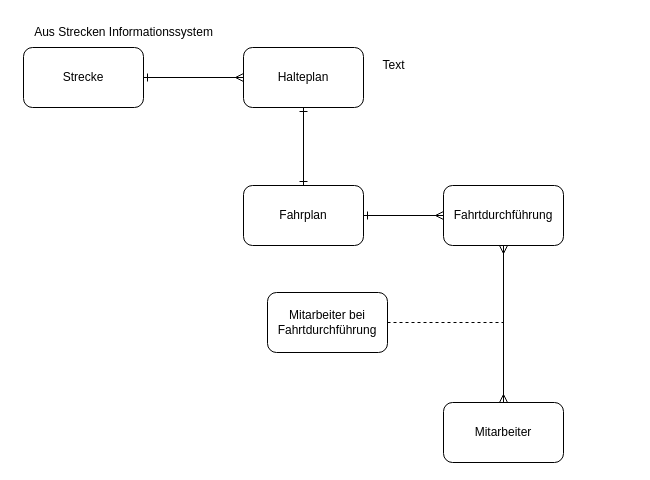
This is Fahrplan_IS/Modelle/Fahrplan_ERD.drawio from felixKroni/dke_praktikum_SS2024, a draw.io file, before an edit. Source tidied: cells renumbered, new cells numbered last; positions are measured from the earlier drawing's top-left corner, leaving out a move shared by most shapes. Both pictures are drawn from the tidied source at 100%, with x=0, y=0 at pixel (17, 17).
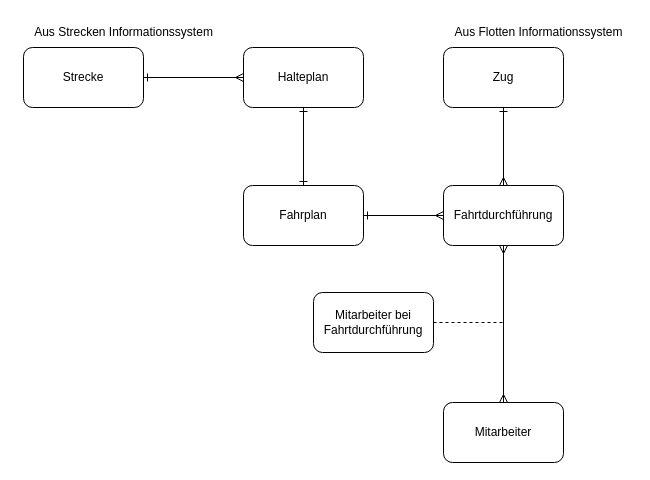
After the change.

Diff of the diagram source:
```diff
@@
 <mxGraphModel>
   <root>
     <mxCell id="0" />
     <mxCell id="1" parent="0" />
     <mxCell id="2" style="edgeStyle=orthogonalEdgeStyle;rounded=0;jettySize=auto;html=1;entryX=0;entryY=0.5;entryDx=0;entryDy=0;endArrow=ERmany;endFill=0;startArrow=ERone;startFill=0;" parent="1" edge="1" source="3" target="7">
       <mxGeometry relative="1" as="geometry" />
     </mxCell>
     <mxCell id="3" value="Fahrplan" style="rounded=1;whiteSpace=wrap;html=1;" parent="1" vertex="1">
       <mxGeometry x="226" y="168" width="120" height="60" as="geometry" />
     </mxCell>
     <mxCell id="4" style="edgeStyle=orthogonalEdgeStyle;rounded=0;jettySize=auto;html=1;endArrow=ERone;endFill=0;startArrow=ERone;startFill=0;" parent="1" edge="1" source="5" target="3">
       <mxGeometry relative="1" as="geometry" />
     </mxCell>
     <mxCell id="5" value="Halteplan" style="rounded=1;whiteSpace=wrap;html=1;" parent="1" vertex="1">
       <mxGeometry x="226" y="30" width="120" height="60" as="geometry" />
     </mxCell>
     <mxCell id="6" style="edgeStyle=orthogonalEdgeStyle;rounded=0;jettySize=auto;html=1;entryX=0.5;entryY=0;entryDx=0;entryDy=0;endArrow=ERmany;endFill=0;startArrow=ERmany;startFill=0;" parent="1" edge="1" source="7" target="13">
       <mxGeometry relative="1" as="geometry" />
     </mxCell>
+    <mxCell id="16" style="edgeStyle=orthogonalEdgeStyle;rounded=0;jettySize=auto;html=1;entryX=0.5;entryY=1;entryDx=0;entryDy=0;endArrow=ERone;endFill=0;startArrow=ERmany;startFill=0;" parent="1" edge="1" source="7" target="17">
+      <mxGeometry relative="1" as="geometry" />
+    </mxCell>
     <mxCell id="7" value="Fahrtdurchführung" style="rounded=1;whiteSpace=wrap;html=1;" parent="1" vertex="1">
       <mxGeometry x="426" y="168" width="120" height="60" as="geometry" />
     </mxCell>
     <mxCell id="8" style="group;" parent="1" vertex="1">
       <mxGeometry width="250" height="90" as="geometry" />
     </mxCell>
     <mxCell id="9" value="Strecke" style="rounded=1;whiteSpace=wrap;html=1;" parent="8" vertex="1">
       <mxGeometry x="6" y="30" width="120" height="60" as="geometry" />
     </mxCell>
     <mxCell id="10" value="Aus Strecken Informationssystem" style="text;html=1;align=center;verticalAlign=middle;strokeColor=none;fillColor=none;" parent="8" vertex="1">
       <mxGeometry x="6" width="200" height="30" as="geometry" />
     </mxCell>
     <mxCell id="11" style="edgeStyle=orthogonalEdgeStyle;rounded=0;jettySize=auto;html=1;entryX=0;entryY=0.5;entryDx=0;entryDy=0;endArrow=ERmany;endFill=0;startArrow=ERone;startFill=0;" parent="1" edge="1" source="9" target="5">
       <mxGeometry relative="1" as="geometry" />
     </mxCell>
-    <mxCell id="12" value="Text" style="text;html=1;align=center;verticalAlign=middle;strokeColor=none;fillColor=none;" parent="1" vertex="1">
-      <mxGeometry x="351" y="33" width="50" height="30" as="geometry" />
-    </mxCell>
     <mxCell id="13" value="Mitarbeiter" style="rounded=1;whiteSpace=wrap;html=1;" parent="1" vertex="1">
       <mxGeometry x="426" y="385" width="120" height="60" as="geometry" />
     </mxCell>
     <mxCell id="14" style="edgeStyle=orthogonalEdgeStyle;rounded=0;jettySize=auto;html=1;exitX=1;exitY=0.5;exitDx=0;exitDy=0;endArrow=none;endFill=0;dashed=1;" parent="1" edge="1" source="15">
       <mxGeometry relative="1" as="geometry">
         <mxPoint x="486" y="305" as="targetPoint" />
       </mxGeometry>
     </mxCell>
     <mxCell id="15" value="Mitarbeiter bei Fahrtdurchführung" style="rounded=1;whiteSpace=wrap;html=1;" parent="1" vertex="1">
-      <mxGeometry x="250" y="275" width="120" height="60" as="geometry" />
+      <mxGeometry x="296" y="275" width="120" height="60" as="geometry" />
     </mxCell>
+    <mxCell id="17" value="Zug" style="rounded=1;whiteSpace=wrap;html=1;" parent="1" vertex="1">
+      <mxGeometry x="426" y="30" width="120" height="60" as="geometry" />
+    </mxCell>
+    <mxCell id="18" value="Aus Flotten Informationssystem" style="text;html=1;align=center;verticalAlign=middle;strokeColor=none;fillColor=none;" parent="1" vertex="1">
+      <mxGeometry x="426" width="190" height="30" as="geometry" />
+    </mxCell>
   </root>
 </mxGraphModel>
```
